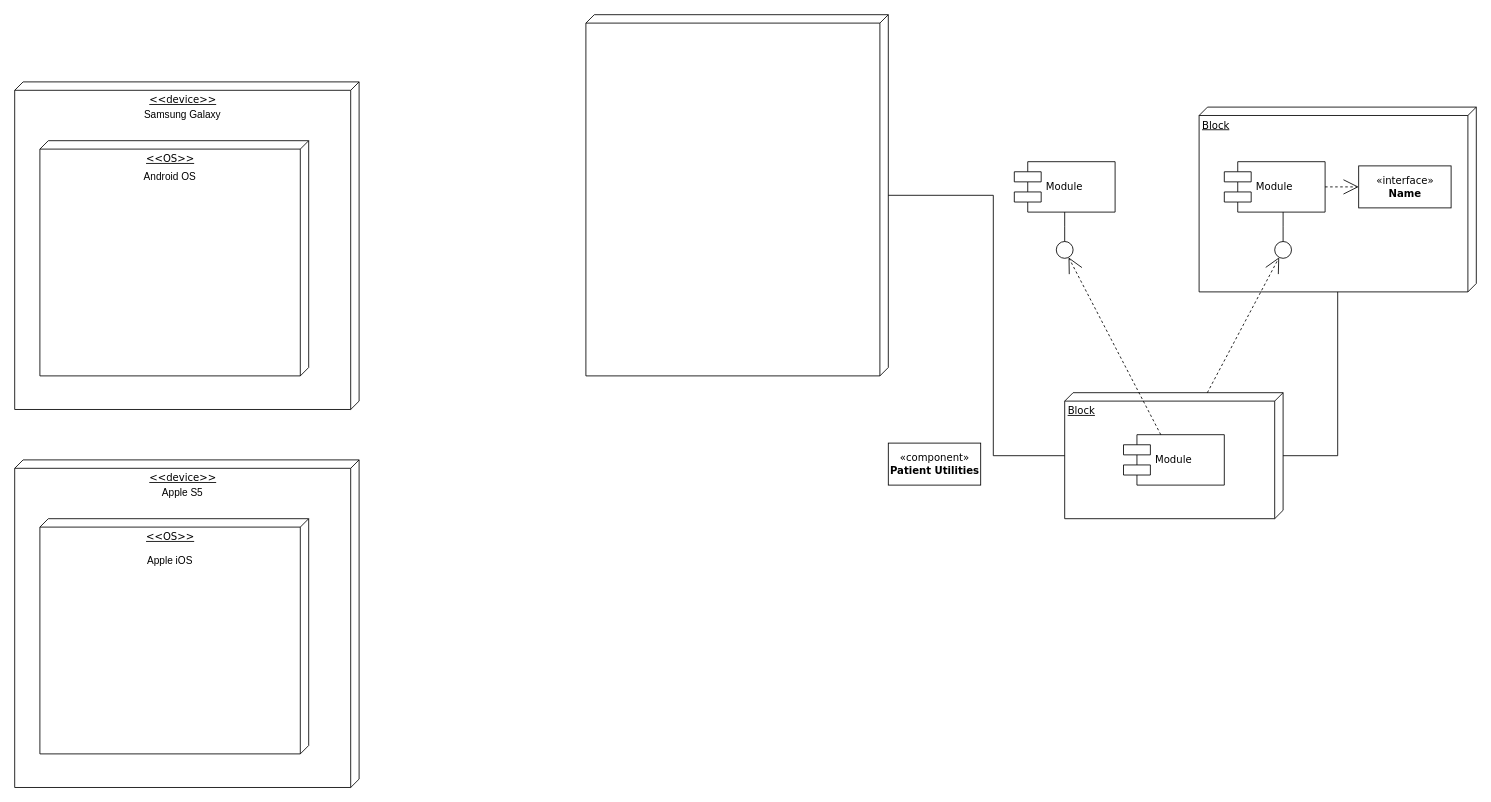
Above: testDir/Untitled Diagram.drawio in SahanChan/x (draw.io), before the change. Source tidied: cells renumbered, new cells numbered last; positions are measured from the earlier drawing's top-left corner, leaving out a move shared by most shapes. Both pictures are drawn from the tidied source at 84%, with x=0, y=0 at pixel (14, 14).
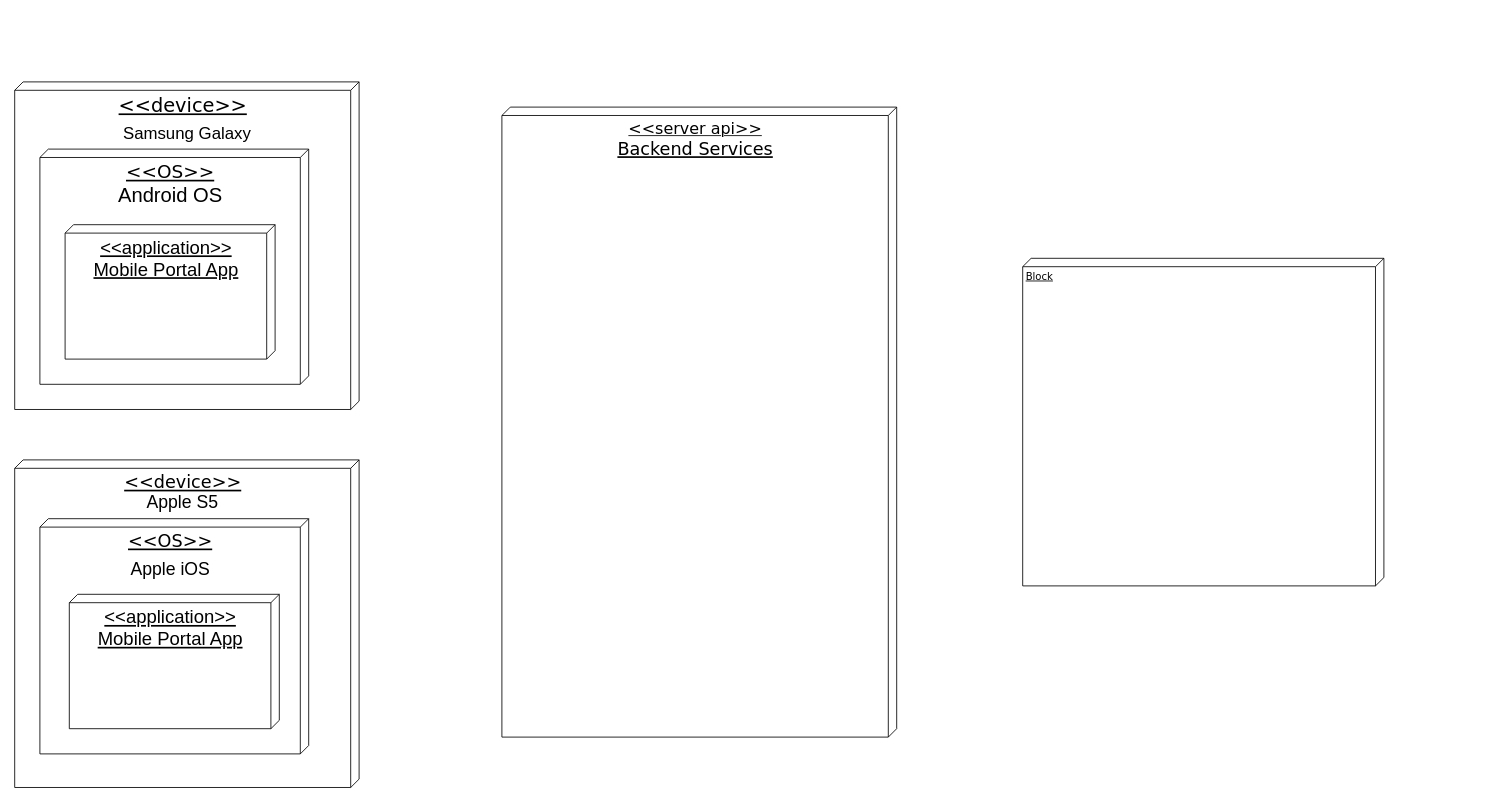
After the change.

Diff of the diagram source:
```diff
@@
-    <mxCell id="2" style="verticalAlign=top;align=left;spacingTop=8;spacingLeft=2;spacingRight=12;shape=cube;size=10;direction=south;fontStyle=4;html=1;rounded=0;shadow=0;comic=0;labelBackgroundColor=none;strokeWidth=1;fontFamily=Verdana;fontSize=12;" parent="1" vertex="1">
-      <mxGeometry x="680" width="360" height="430" as="geometry" />
+    <mxCell id="2" value="&lt;div&gt;&lt;font style=&quot;font-size: 19px&quot;&gt;&amp;lt;&amp;lt;server api&amp;gt;&amp;gt;&lt;/font&gt;&lt;br&gt;&lt;/div&gt;&lt;div style=&quot;font-size: 21px&quot; align=&quot;center&quot;&gt;&lt;font style=&quot;font-size: 21px&quot;&gt;Backend Services&lt;/font&gt;&lt;/div&gt;" style="verticalAlign=top;align=center;spacingTop=8;spacingLeft=2;spacingRight=12;shape=cube;size=10;direction=south;fontStyle=4;html=1;rounded=0;shadow=0;comic=0;labelBackgroundColor=none;strokeWidth=1;fontFamily=Verdana;fontSize=12;" parent="1" vertex="1">
+      <mxGeometry x="580" y="110" width="470" height="750" as="geometry" />
     </mxCell>
     <mxCell id="3" value="Block" style="verticalAlign=top;align=left;spacingTop=8;spacingLeft=2;spacingRight=12;shape=cube;size=10;direction=south;fontStyle=4;html=1;rounded=0;shadow=0;comic=0;labelBackgroundColor=none;strokeWidth=1;fontFamily=Verdana;fontSize=12;" parent="1" vertex="1">
-      <mxGeometry x="1410" y="110" width="330" height="220" as="geometry" />
+      <mxGeometry x="1200" y="290" width="430" height="390" as="geometry" />
     </mxCell>
-    <mxCell id="4" value="Block" style="verticalAlign=top;align=left;spacingTop=8;spacingLeft=2;spacingRight=12;shape=cube;size=10;direction=south;fontStyle=4;html=1;rounded=0;shadow=0;comic=0;labelBackgroundColor=none;strokeWidth=1;fontFamily=Verdana;fontSize=12;" parent="1" vertex="1">
-      <mxGeometry x="1250" y="450" width="260" height="150" as="geometry" />
-    </mxCell>
-    <mxCell id="5" value="«component»&lt;br&gt;&lt;b&gt;Patient Utilities&lt;br&gt;&lt;/b&gt;" style="html=1;rounded=0;shadow=0;comic=0;labelBackgroundColor=none;strokeWidth=1;fontFamily=Verdana;fontSize=12;align=center;" parent="1" vertex="1">
-      <mxGeometry x="1040" y="510" width="110" height="50" as="geometry" />
-    </mxCell>
-    <mxCell id="6" value="Module" style="shape=component;align=left;spacingLeft=36;rounded=0;shadow=0;comic=0;labelBackgroundColor=none;strokeWidth=1;fontFamily=Verdana;fontSize=12;html=1;" parent="1" vertex="1">
-      <mxGeometry x="1190" y="175" width="120" height="60" as="geometry" />
-    </mxCell>
-    <mxCell id="7" style="ellipse;whiteSpace=wrap;html=1;rounded=0;shadow=0;comic=0;labelBackgroundColor=none;strokeWidth=1;fontFamily=Verdana;fontSize=12;align=center;" parent="1" vertex="1">
-      <mxGeometry x="1240" y="270" width="20" height="20" as="geometry" />
-    </mxCell>
-    <mxCell id="8" value="Module" style="shape=component;align=left;spacingLeft=36;rounded=0;shadow=0;comic=0;labelBackgroundColor=none;strokeWidth=1;fontFamily=Verdana;fontSize=12;html=1;" parent="1" vertex="1">
-      <mxGeometry x="1440" y="175" width="120" height="60" as="geometry" />
-    </mxCell>
-    <mxCell id="9" value="&amp;laquo;interface&amp;raquo;&lt;br&gt;&lt;b&gt;Name&lt;/b&gt;" style="html=1;rounded=0;shadow=0;comic=0;labelBackgroundColor=none;strokeWidth=1;fontFamily=Verdana;fontSize=12;align=center;" parent="1" vertex="1">
-      <mxGeometry x="1600" y="180" width="110" height="50" as="geometry" />
-    </mxCell>
-    <mxCell id="10" style="ellipse;whiteSpace=wrap;html=1;rounded=0;shadow=0;comic=0;labelBackgroundColor=none;strokeWidth=1;fontFamily=Verdana;fontSize=12;align=center;" parent="1" vertex="1">
-      <mxGeometry x="1500" y="270" width="20" height="20" as="geometry" />
-    </mxCell>
-    <mxCell id="11" value="Module" style="shape=component;align=left;spacingLeft=36;rounded=0;shadow=0;comic=0;labelBackgroundColor=none;strokeWidth=1;fontFamily=Verdana;fontSize=12;html=1;" parent="1" vertex="1">
-      <mxGeometry x="1320" y="500" width="120" height="60" as="geometry" />
-    </mxCell>
-    <mxCell id="12" style="edgeStyle=none;rounded=0;html=1;dashed=1;labelBackgroundColor=none;startArrow=none;startFill=0;startSize=8;endArrow=open;endFill=0;endSize=16;fontFamily=Verdana;fontSize=12;" parent="1" edge="1" source="11" target="7">
-      <mxGeometry relative="1" as="geometry" />
-    </mxCell>
-    <mxCell id="13" style="edgeStyle=none;rounded=0;html=1;dashed=1;labelBackgroundColor=none;startArrow=none;startFill=0;startSize=8;endArrow=open;endFill=0;endSize=16;fontFamily=Verdana;fontSize=12;" parent="1" edge="1" source="4" target="10">
-      <mxGeometry relative="1" as="geometry" />
-    </mxCell>
-    <mxCell id="14" style="edgeStyle=elbowEdgeStyle;rounded=0;html=1;labelBackgroundColor=none;startArrow=none;startFill=0;startSize=8;endArrow=none;endFill=0;endSize=16;fontFamily=Verdana;fontSize=12;" parent="1" edge="1" source="10" target="8">
-      <mxGeometry relative="1" as="geometry" />
-    </mxCell>
-    <mxCell id="15" style="edgeStyle=elbowEdgeStyle;rounded=0;html=1;labelBackgroundColor=none;startArrow=none;startFill=0;startSize=8;endArrow=none;endFill=0;endSize=16;fontFamily=Verdana;fontSize=12;" parent="1" edge="1" source="7" target="6">
-      <mxGeometry relative="1" as="geometry" />
-    </mxCell>
-    <mxCell id="16" style="edgeStyle=orthogonalEdgeStyle;rounded=0;html=1;dashed=1;labelBackgroundColor=none;startArrow=none;startFill=0;startSize=8;endArrow=open;endFill=0;endSize=16;fontFamily=Verdana;fontSize=12;" parent="1" edge="1" source="8" target="9">
-      <mxGeometry relative="1" as="geometry" />
-    </mxCell>
-    <mxCell id="17" style="edgeStyle=orthogonalEdgeStyle;rounded=0;html=1;labelBackgroundColor=none;startArrow=none;startFill=0;startSize=8;endArrow=none;endFill=0;endSize=16;fontFamily=Verdana;fontSize=12;" parent="1" edge="1" source="4" target="3">
-      <mxGeometry relative="1" as="geometry">
-        <Array as="points">
-          <mxPoint x="1575" y="525" />
-        </Array>
-      </mxGeometry>
-    </mxCell>
-    <mxCell id="18" style="edgeStyle=orthogonalEdgeStyle;rounded=0;html=1;labelBackgroundColor=none;startArrow=none;startFill=0;startSize=8;endArrow=none;endFill=0;endSize=16;fontFamily=Verdana;fontSize=12;" parent="1" edge="1" source="4" target="2">
-      <mxGeometry relative="1" as="geometry">
-        <Array as="points">
-          <mxPoint x="1165" y="525" />
-        </Array>
-      </mxGeometry>
-    </mxCell>
-    <mxCell id="19" value="&lt;div align=&quot;center&quot;&gt;&amp;lt;&amp;lt;device&amp;gt;&amp;gt;&lt;/div&gt;&lt;div align=&quot;center&quot;&gt;&lt;br&gt;&lt;/div&gt;" style="verticalAlign=top;align=center;spacingTop=8;spacingLeft=2;spacingRight=12;shape=cube;size=10;direction=south;fontStyle=4;html=1;rounded=0;shadow=0;comic=0;labelBackgroundColor=none;strokeWidth=1;fontFamily=Verdana;fontSize=12;" parent="1" vertex="1">
+    <mxCell id="19" value="&lt;div style=&quot;font-size: 23px&quot; align=&quot;center&quot;&gt;&lt;font style=&quot;font-size: 23px&quot;&gt;&amp;lt;&amp;lt;device&amp;gt;&amp;gt;&lt;/font&gt;&lt;/div&gt;&lt;div style=&quot;font-size: 23px&quot; align=&quot;center&quot;&gt;&lt;font style=&quot;font-size: 23px&quot;&gt;&lt;br&gt;&lt;/font&gt;&lt;/div&gt;" style="verticalAlign=top;align=center;spacingTop=8;spacingLeft=2;spacingRight=12;shape=cube;size=10;direction=south;fontStyle=4;html=1;rounded=0;shadow=0;comic=0;labelBackgroundColor=none;strokeWidth=1;fontFamily=Verdana;fontSize=12;" parent="1" vertex="1">
       <mxGeometry y="80" width="410" height="390" as="geometry" />
     </mxCell>
-    <mxCell id="20" value="&lt;div align=&quot;center&quot;&gt;&amp;lt;&amp;lt;OS&amp;gt;&amp;gt;&lt;/div&gt;&lt;div align=&quot;center&quot;&gt;&lt;br&gt;&lt;/div&gt;" style="verticalAlign=top;align=center;spacingTop=8;spacingLeft=2;spacingRight=12;shape=cube;size=10;direction=south;fontStyle=4;html=1;rounded=0;shadow=0;comic=0;labelBackgroundColor=none;strokeWidth=1;fontFamily=Verdana;fontSize=12;" parent="1" vertex="1">
-      <mxGeometry x="30" y="150" width="320" height="280" as="geometry" />
+    <mxCell id="20" value="&lt;div style=&quot;font-size: 22px&quot; align=&quot;center&quot;&gt;&lt;font style=&quot;font-size: 22px&quot;&gt;&amp;lt;&amp;lt;OS&amp;gt;&amp;gt;&lt;/font&gt;&lt;/div&gt;&lt;div style=&quot;font-size: 22px&quot; align=&quot;center&quot;&gt;&lt;font style=&quot;font-size: 22px&quot;&gt;&lt;br&gt;&lt;/font&gt;&lt;/div&gt;" style="verticalAlign=top;align=center;spacingTop=8;spacingLeft=2;spacingRight=12;shape=cube;size=10;direction=south;fontStyle=4;html=1;rounded=0;shadow=0;comic=0;labelBackgroundColor=none;strokeWidth=1;fontFamily=Verdana;fontSize=12;" parent="1" vertex="1">
+      <mxGeometry x="30" y="160" width="320" height="280" as="geometry" />
     </mxCell>
-    <mxCell id="21" value="&lt;div&gt;Android OS&lt;/div&gt;&lt;div&gt;&lt;br&gt;&lt;/div&gt;" style="text;html=1;strokeColor=none;fillColor=none;align=center;verticalAlign=middle;whiteSpace=wrap;rounded=0;" parent="1" vertex="1">
-      <mxGeometry x="145" y="190" width="80" height="20" as="geometry" />
+    <mxCell id="21" value="&lt;div style=&quot;font-size: 24px&quot;&gt;&lt;font style=&quot;font-size: 24px&quot;&gt;Android OS&lt;/font&gt;&lt;/div&gt;&lt;div style=&quot;font-size: 24px&quot;&gt;&lt;font style=&quot;font-size: 24px&quot;&gt;&lt;br&gt;&lt;/font&gt;&lt;/div&gt;" style="text;html=1;strokeColor=none;fillColor=none;align=center;verticalAlign=middle;whiteSpace=wrap;rounded=0;" parent="1" vertex="1">
+      <mxGeometry x="102.5" y="220" width="165" height="20" as="geometry" />
     </mxCell>
-    <mxCell id="22" value="Samsung Galaxy" style="text;html=1;strokeColor=none;fillColor=none;align=center;verticalAlign=middle;whiteSpace=wrap;rounded=0;" parent="1" vertex="1">
-      <mxGeometry x="145" y="110" width="110" height="20" as="geometry" />
+    <mxCell id="22" value="&lt;font style=&quot;font-size: 20px&quot;&gt;Samsung Galaxy&lt;/font&gt;" style="text;html=1;strokeColor=none;fillColor=none;align=center;verticalAlign=middle;whiteSpace=wrap;rounded=0;" parent="1" vertex="1">
+      <mxGeometry x="112.5" y="130" width="185" height="20" as="geometry" />
     </mxCell>
-    <mxCell id="23" value="&lt;div align=&quot;center&quot;&gt;&amp;lt;&amp;lt;device&amp;gt;&amp;gt;&lt;/div&gt;&lt;div align=&quot;center&quot;&gt;&lt;br&gt;&lt;/div&gt;" style="verticalAlign=top;align=center;spacingTop=8;spacingLeft=2;spacingRight=12;shape=cube;size=10;direction=south;fontStyle=4;html=1;rounded=0;shadow=0;comic=0;labelBackgroundColor=none;strokeWidth=1;fontFamily=Verdana;fontSize=12;" parent="1" vertex="1">
+    <mxCell id="23" value="&lt;div style=&quot;font-size: 21px&quot; align=&quot;center&quot;&gt;&lt;font style=&quot;font-size: 21px&quot;&gt;&amp;lt;&amp;lt;device&amp;gt;&amp;gt;&lt;/font&gt;&lt;/div&gt;&lt;div style=&quot;font-size: 21px&quot; align=&quot;center&quot;&gt;&lt;font style=&quot;font-size: 21px&quot;&gt;&lt;br&gt;&lt;/font&gt;&lt;/div&gt;" style="verticalAlign=top;align=center;spacingTop=8;spacingLeft=2;spacingRight=12;shape=cube;size=10;direction=south;fontStyle=4;html=1;rounded=0;shadow=0;comic=0;labelBackgroundColor=none;strokeWidth=1;fontFamily=Verdana;fontSize=12;" parent="1" vertex="1">
       <mxGeometry y="530" width="410" height="390" as="geometry" />
     </mxCell>
-    <mxCell id="24" value="&lt;div align=&quot;center&quot;&gt;&amp;lt;&amp;lt;OS&amp;gt;&amp;gt;&lt;/div&gt;&lt;div align=&quot;center&quot;&gt;&lt;br&gt;&lt;/div&gt;" style="verticalAlign=top;align=center;spacingTop=8;spacingLeft=2;spacingRight=12;shape=cube;size=10;direction=south;fontStyle=4;html=1;rounded=0;shadow=0;comic=0;labelBackgroundColor=none;strokeWidth=1;fontFamily=Verdana;fontSize=12;" parent="1" vertex="1">
+    <mxCell id="24" value="&lt;div style=&quot;font-size: 21px&quot; align=&quot;center&quot;&gt;&lt;font style=&quot;font-size: 21px&quot;&gt;&amp;lt;&amp;lt;OS&amp;gt;&amp;gt;&lt;/font&gt;&lt;/div&gt;&lt;div style=&quot;font-size: 21px&quot; align=&quot;center&quot;&gt;&lt;font style=&quot;font-size: 21px&quot;&gt;&lt;br&gt;&lt;/font&gt;&lt;/div&gt;" style="verticalAlign=top;align=center;spacingTop=8;spacingLeft=2;spacingRight=12;shape=cube;size=10;direction=south;fontStyle=4;html=1;rounded=0;shadow=0;comic=0;labelBackgroundColor=none;strokeWidth=1;fontFamily=Verdana;fontSize=12;" parent="1" vertex="1">
       <mxGeometry x="30" y="600" width="320" height="280" as="geometry" />
     </mxCell>
-    <mxCell id="25" value="Apple iOS" style="text;html=1;strokeColor=none;fillColor=none;align=center;verticalAlign=middle;whiteSpace=wrap;rounded=0;" parent="1" vertex="1">
-      <mxGeometry x="145" y="640" width="80" height="20" as="geometry" />
+    <mxCell id="25" value="&lt;font style=&quot;font-size: 21px&quot;&gt;Apple iOS&lt;/font&gt;" style="text;html=1;strokeColor=none;fillColor=none;align=center;verticalAlign=middle;whiteSpace=wrap;rounded=0;" parent="1" vertex="1">
+      <mxGeometry x="127.5" y="650" width="115" height="20" as="geometry" />
     </mxCell>
-    <mxCell id="26" value="Apple S5" style="text;html=1;strokeColor=none;fillColor=none;align=center;verticalAlign=middle;whiteSpace=wrap;rounded=0;" parent="1" vertex="1">
-      <mxGeometry x="145" y="560" width="110" height="20" as="geometry" />
+    <mxCell id="26" value="&lt;font style=&quot;font-size: 21px&quot;&gt;Apple S5&lt;/font&gt;" style="text;html=1;strokeColor=none;fillColor=none;align=center;verticalAlign=middle;whiteSpace=wrap;rounded=0;" parent="1" vertex="1">
+      <mxGeometry x="145" y="570" width="110" height="20" as="geometry" />
     </mxCell>
+    <mxCell id="27" value="&lt;div style=&quot;font-size: 22px&quot; align=&quot;center&quot;&gt;&lt;font style=&quot;font-size: 22px&quot;&gt;&amp;lt;&amp;lt;application&amp;gt;&amp;gt;&lt;/font&gt;&lt;/div&gt;&lt;div style=&quot;font-size: 22px&quot; align=&quot;center&quot;&gt;&lt;font style=&quot;font-size: 22px&quot;&gt;Mobile Portal App&lt;/font&gt;&lt;/div&gt;&lt;div style=&quot;font-size: 22px&quot; align=&quot;center&quot;&gt;&lt;font style=&quot;font-size: 22px&quot;&gt;&lt;br&gt;&lt;/font&gt;&lt;/div&gt;" style="verticalAlign=top;align=center;spacingTop=8;spacingLeft=2;spacingRight=12;shape=cube;size=10;direction=south;fontStyle=4;html=1;" parent="1" vertex="1">
+      <mxGeometry x="60" y="250" width="250" height="160" as="geometry" />
+    </mxCell>
+    <mxCell id="28" value="&lt;div style=&quot;font-size: 22px&quot; align=&quot;center&quot;&gt;&lt;font style=&quot;font-size: 22px&quot;&gt;&amp;lt;&amp;lt;application&amp;gt;&amp;gt;&lt;/font&gt;&lt;/div&gt;&lt;div style=&quot;font-size: 22px&quot; align=&quot;center&quot;&gt;&lt;font style=&quot;font-size: 22px&quot;&gt;Mobile Portal App&lt;/font&gt;&lt;/div&gt;&lt;div style=&quot;font-size: 22px&quot; align=&quot;center&quot;&gt;&lt;font style=&quot;font-size: 22px&quot;&gt;&lt;br&gt;&lt;/font&gt;&lt;/div&gt;" style="verticalAlign=top;align=center;spacingTop=8;spacingLeft=2;spacingRight=12;shape=cube;size=10;direction=south;fontStyle=4;html=1;" parent="1" vertex="1">
+      <mxGeometry x="65" y="690" width="250" height="160" as="geometry" />
+    </mxCell>
```
